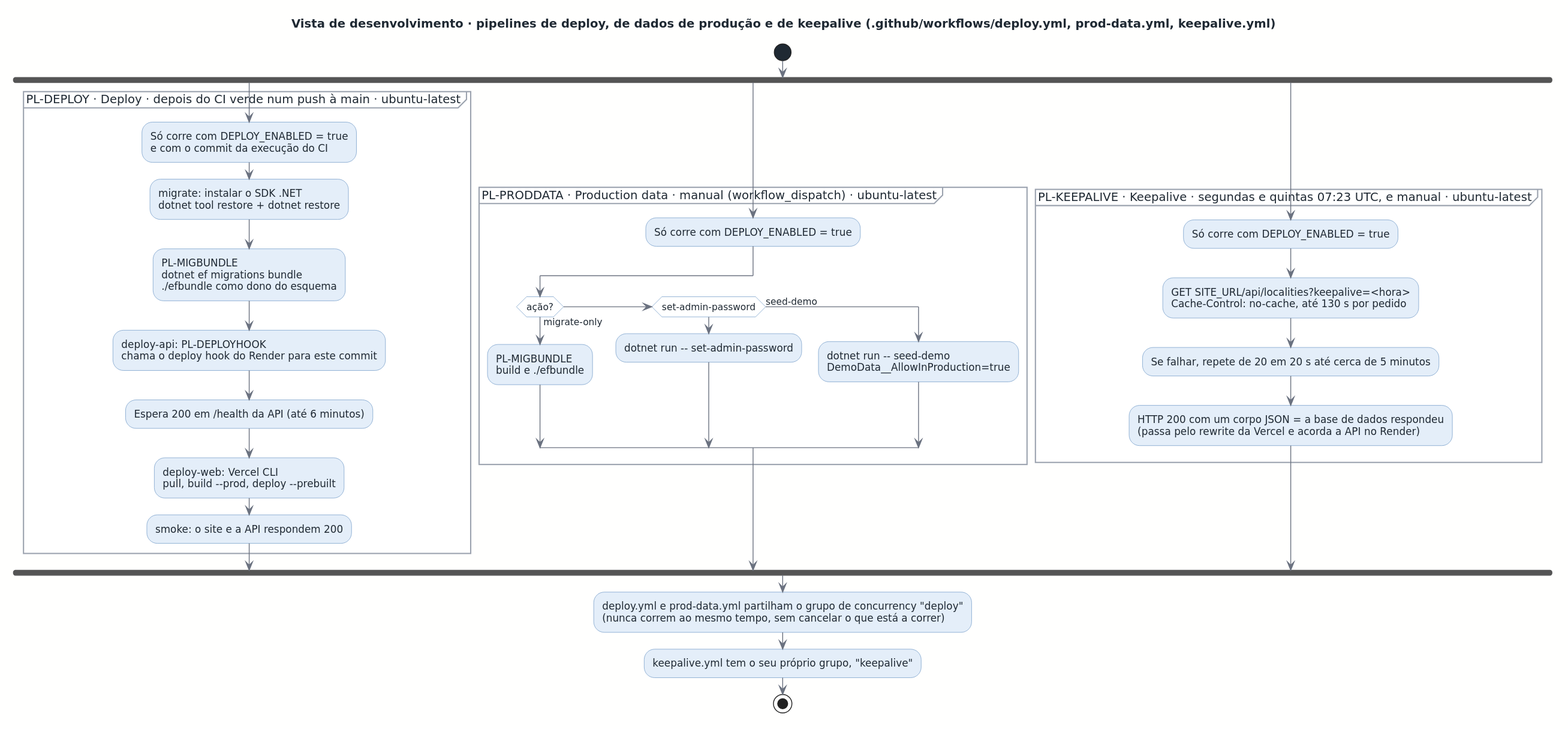
This is docs/architecture/out/development-deploy.svg from rodrigo4sousa/SportsEstablishments, a PlantUML export, as it was before one commit.
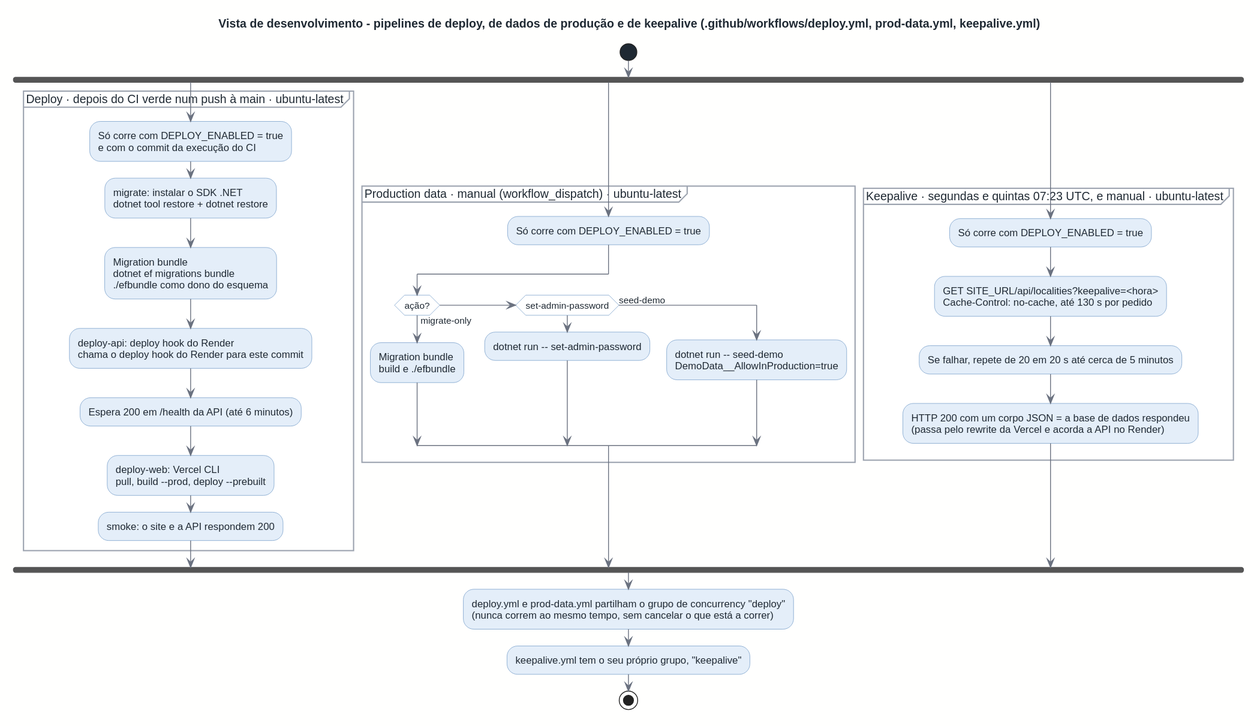
After the change.

Change to the diagram source:
```diff
@@ -1,23 +1,23 @@
 @startuml
 !include ../style.puml
-title Vista de desenvolvimento · pipelines de deploy, de dados de produção e de keepalive (.github/workflows/deploy.yml, prod-data.yml, keepalive.yml)
+title Vista de desenvolvimento - pipelines de deploy, de dados de produção e de keepalive (.github/workflows/deploy.yml, prod-data.yml, keepalive.yml)
 
 start
 fork
-  partition "PL-DEPLOY · Deploy · depois do CI verde num push à main · ubuntu-latest" {
+  partition "Deploy · depois do CI verde num push à main · ubuntu-latest" {
     :Só corre com DEPLOY_ENABLED = true\ne com o commit da execução do CI;
     :migrate: instalar o SDK .NET\ndotnet tool restore + dotnet restore;
-    :PL-MIGBUNDLE\ndotnet ef migrations bundle\n./efbundle como dono do esquema;
-    :deploy-api: PL-DEPLOYHOOK\nchama o deploy hook do Render para este commit;
+    :Migration bundle\ndotnet ef migrations bundle\n./efbundle como dono do esquema;
+    :deploy-api: deploy hook do Render\nchama o deploy hook do Render para este commit;
     :Espera 200 em /health da API (até 6 minutos);
     :deploy-web: Vercel CLI\npull, build ~-~-prod, deploy ~-~-prebuilt;
     :smoke: o site e a API respondem 200;
   }
 fork again
-  partition "PL-PRODDATA · Production data · manual (workflow_dispatch) · ubuntu-latest" {
+  partition "Production data · manual (workflow_dispatch) · ubuntu-latest" {
     :Só corre com DEPLOY_ENABLED = true;
     if (ação?) then (migrate-only)
-      :PL-MIGBUNDLE\nbuild e ./efbundle;
+      :Migration bundle\nbuild e ./efbundle;
     elseif (set-admin-password) then
       :dotnet run -- set-admin-password;
     else (seed-demo)
@@ -25,7 +25,7 @@
     endif
   }
 fork again
-  partition "PL-KEEPALIVE · Keepalive · segundas e quintas 07:23 UTC, e manual · ubuntu-latest" {
+  partition "Keepalive · segundas e quintas 07:23 UTC, e manual · ubuntu-latest" {
     :Só corre com DEPLOY_ENABLED = true;
     :GET SITE_URL/api/localities?keepalive=<hora>\nCache-Control: no-cache, até 130 s por pedido;
     :Se falhar, repete de 20 em 20 s até cerca de 5 minutos;
```
